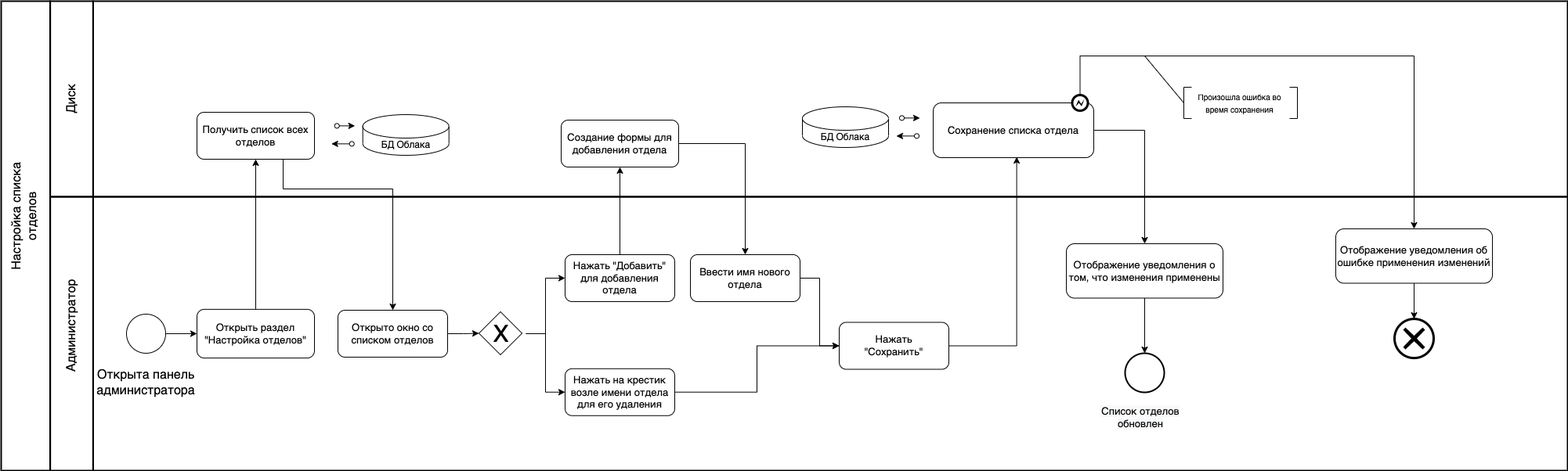
Above: docs/bpmn/UML + BPMN-7.16 BPMN.drawio.png in shuv8/cloudstorage (draw.io), before the change. Source tidied: cells renumbered, new cells last; positions are measured from the earlier drawing's top-left corner, leaving out a move shared by most shapes.
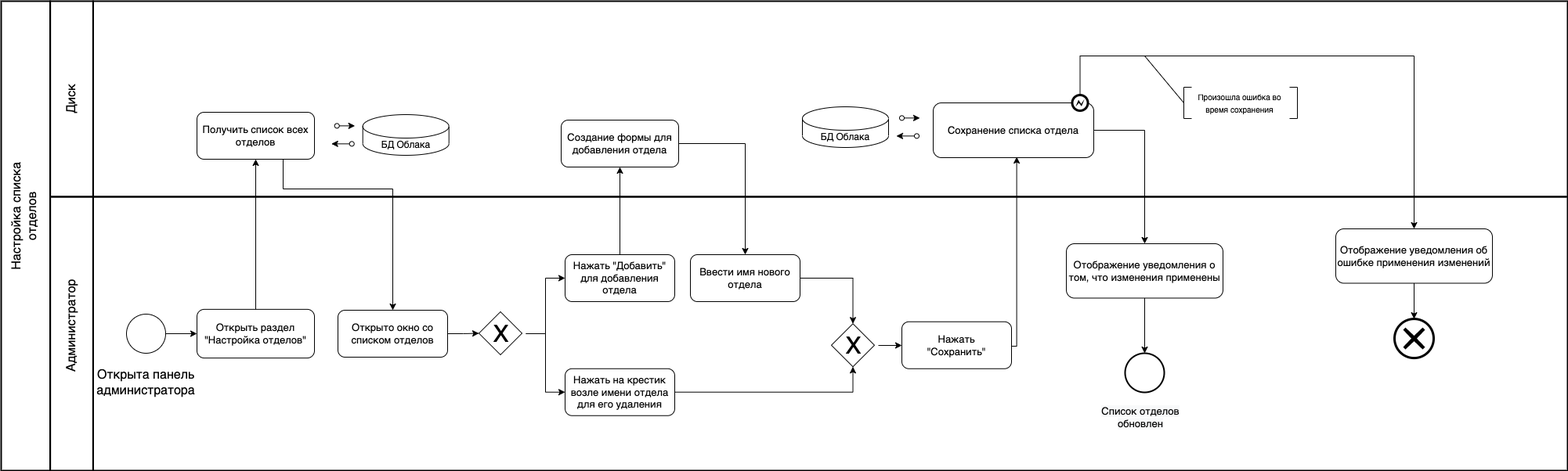
After the change.

The edit, as a diff of the source:
```diff
@@ -74,9 +74,9 @@
     <mxCell id="23" value="Нажать &quot;Добавить&quot; для добавления отдела" style="rounded=1;whiteSpace=wrap;html=1;fontSize=13;" parent="1" vertex="1">
       <mxGeometry x="790" y="324" width="140" height="60" as="geometry" />
     </mxCell>
-    <mxCell id="24" style="edgeStyle=orthogonalEdgeStyle;rounded=0;jettySize=auto;html=1;entryX=0;entryY=0.5;entryDx=0;entryDy=0;" parent="1" edge="1" source="25" target="27">
-      <mxGeometry relative="1" as="geometry" />
-    </mxCell>
+    <mxCell id="59" style="edgeStyle=orthogonalEdgeStyle;rounded=0;jettySize=auto;html=1;entryX=0.5;entryY=0;entryDx=0;entryDy=0;" parent="1" edge="1" source="25" target="62">
+      <mxGeometry relative="1" as="geometry" />
+    </mxCell>
     <mxCell id="25" value="Ввести имя нового отдела" style="rounded=1;whiteSpace=wrap;html=1;fontSize=13;" parent="1" vertex="1">
       <mxGeometry x="950" y="324" width="140" height="60" as="geometry" />
     </mxCell>
@@ -88,7 +88,7 @@
       </mxGeometry>
     </mxCell>
     <mxCell id="27" value="Нажать&lt;br&gt;&quot;Сохранить&quot;" style="rounded=1;whiteSpace=wrap;html=1;fontSize=13;" parent="1" vertex="1">
-      <mxGeometry x="1140" y="410.5" width="140" height="60" as="geometry" />
+      <mxGeometry x="1220" y="409.7" width="140" height="60" as="geometry" />
     </mxCell>
     <mxCell id="28" style="edgeStyle=orthogonalEdgeStyle;rounded=0;jettySize=auto;html=1;entryX=0.5;entryY=0;entryDx=0;entryDy=0;entryPerimeter=0;" parent="1" edge="1" source="29" target="53">
       <mxGeometry relative="1" as="geometry" />
@@ -114,9 +114,9 @@
     <mxCell id="35" value="&lt;font style=&quot;font-size: 30px&quot;&gt;X&lt;/font&gt;" style="text;html=1;align=center;verticalAlign=middle;" parent="33" vertex="1">
       <mxGeometry x="7.5" y="12.5" width="40" height="30" as="geometry" />
     </mxCell>
-    <mxCell id="36" style="edgeStyle=orthogonalEdgeStyle;rounded=0;jettySize=auto;html=1;" parent="1" edge="1" source="37" target="27">
-      <mxGeometry relative="1" as="geometry" />
-    </mxCell>
+    <mxCell id="60" style="edgeStyle=orthogonalEdgeStyle;rounded=0;jettySize=auto;html=1;entryX=0.5;entryY=1;entryDx=0;entryDy=0;" parent="1" edge="1" source="37" target="62">
+      <mxGeometry relative="1" as="geometry" />
+    </mxCell>
     <mxCell id="37" value="Нажать на крестик возле имени отдела для его удаления" style="rounded=1;whiteSpace=wrap;html=1;fontSize=13;" parent="1" vertex="1">
       <mxGeometry x="790" y="469.7" width="140" height="60" as="geometry" />
     </mxCell>
@@ -211,5 +211,19 @@
     <mxCell id="58" value="&lt;span style=&quot;color: rgb(0, 0, 0); font-family: Helvetica; font-size: 13px; font-style: normal; font-variant-ligatures: normal; font-variant-caps: normal; font-weight: 400; letter-spacing: normal; orphans: 2; text-indent: 0px; text-transform: none; widows: 2; word-spacing: 0px; -webkit-text-stroke-width: 0px; background-color: rgb(248, 249, 250); text-decoration-thickness: initial; text-decoration-style: initial; text-decoration-color: initial; float: none; display: inline !important;&quot;&gt;Список отделов обновлен&lt;/span&gt;" style="text;whiteSpace=wrap;html=1;align=center;" parent="1" vertex="1">
       <mxGeometry x="1465" y="510" width="120" height="60" as="geometry" />
     </mxCell>
+    <mxCell id="61" style="group;" parent="1" vertex="1">
+      <mxGeometry x="1130" y="412.2" width="55" height="55" as="geometry" />
+    </mxCell>
+    <mxCell id="62" style="rhombus;whiteSpace=wrap;html=1;" parent="61" vertex="1">
+      <mxGeometry width="55" height="55" as="geometry" />
+    </mxCell>
+    <mxCell id="63" value="&lt;font style=&quot;font-size: 30px&quot;&gt;X&lt;/font&gt;" style="text;html=1;align=center;verticalAlign=middle;" parent="61" vertex="1">
+      <mxGeometry x="7.5" y="12.5" width="40" height="30" as="geometry" />
+    </mxCell>
+    <mxCell id="64" style="edgeStyle=orthogonalEdgeStyle;rounded=0;jettySize=auto;html=1;entryX=0;entryY=0.5;entryDx=0;entryDy=0;" parent="1" edge="1" target="27">
+      <mxGeometry relative="1" as="geometry">
+        <mxPoint x="1190" y="440" as="sourcePoint" />
+      </mxGeometry>
+    </mxCell>
   </root>
 </mxGraphModel>
```
